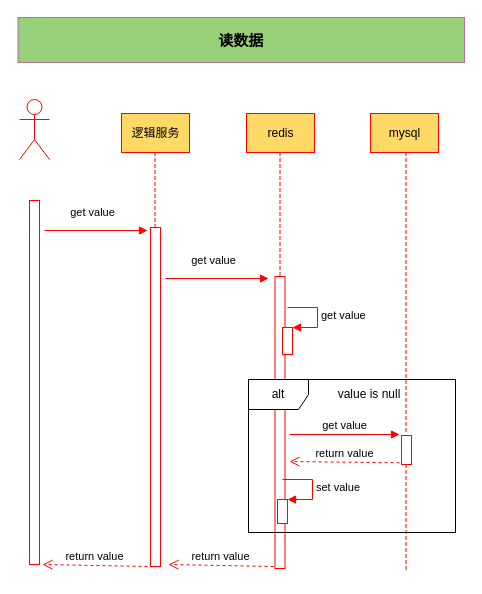
Earlier version of the draw.io diagram test.drawio (timingxu/new). Source tidied: cells renumbered, new cells numbered last; positions are measured from the earlier drawing's top-left corner, leaving out a move shared by most shapes. Both pictures are drawn from the tidied source at 100%, with x=0, y=0 at pixel (18, 17).
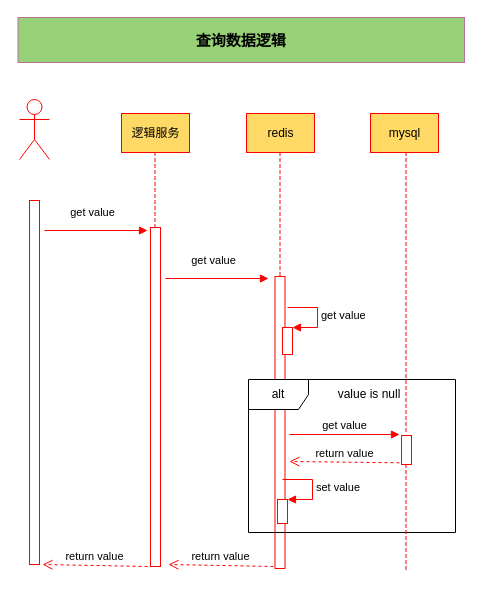
The same page after the edit.

Diff of the diagram source:
```diff
@@
-    <mxCell id="30" value="读数据" style="text;align=center;fontStyle=1;verticalAlign=middle;spacingLeft=3;spacingRight=3;strokeColor=#B5739D;fillColor=#97D077;fontSize=15;" parent="1" vertex="1">
+    <mxCell id="30" value="查询数据逻辑" style="text;align=center;fontStyle=1;verticalAlign=middle;spacingLeft=3;spacingRight=3;strokeColor=#B5739D;fillColor=#97D077;fontSize=15;" parent="1" vertex="1">
       <mxGeometry x="-0.5" width="446.5" height="45" as="geometry" />
     </mxCell>
```
